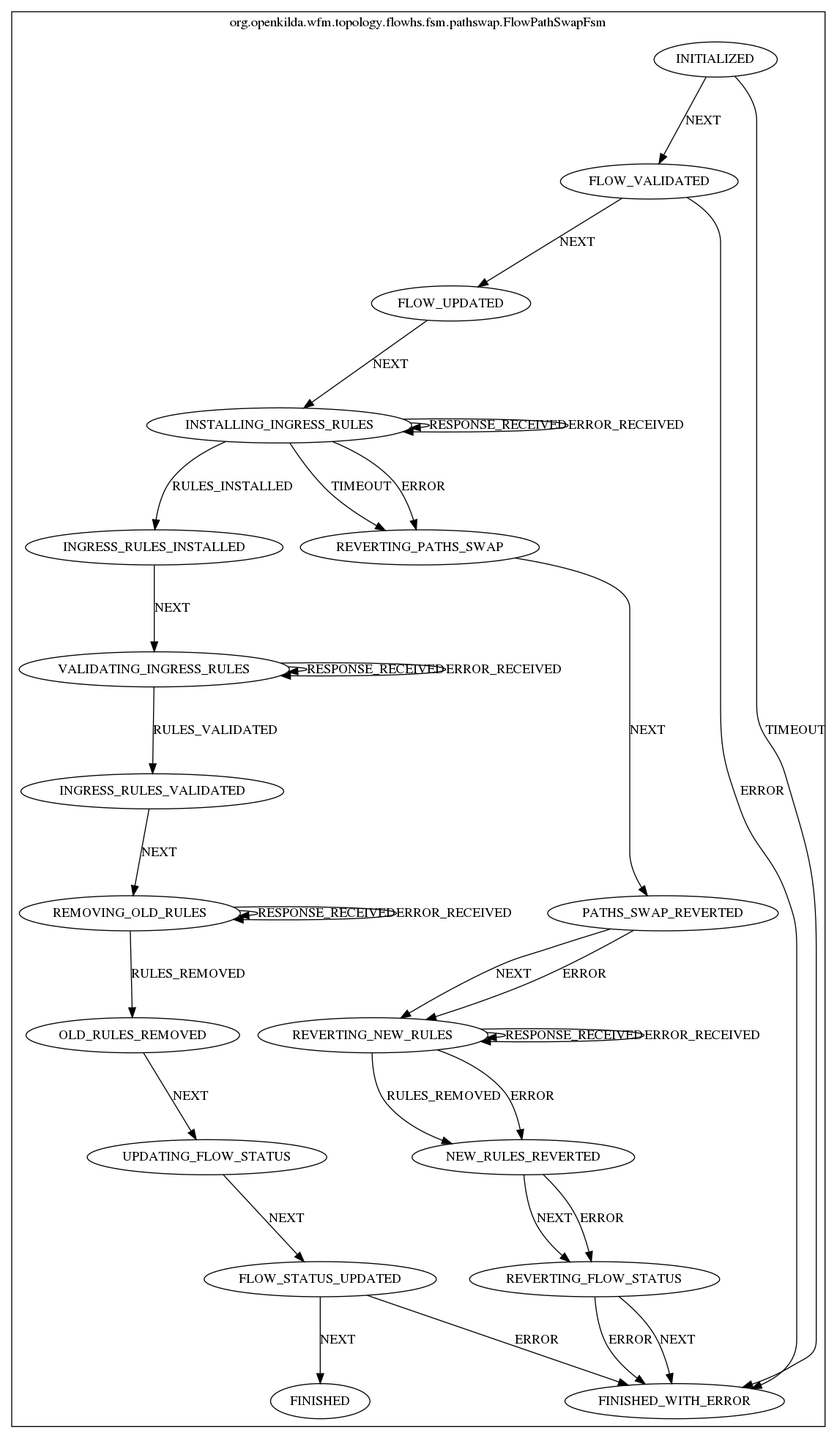
This is docs/design/hub-and-spoke/crud/pathswap/FlowPathSwap.png from telstra/open-kilda, a Graphviz export, as it was before one commit. Its source is kept beside it as docs/design/hub-and-spoke/crud/pathswap/FlowPathSwap.dot.
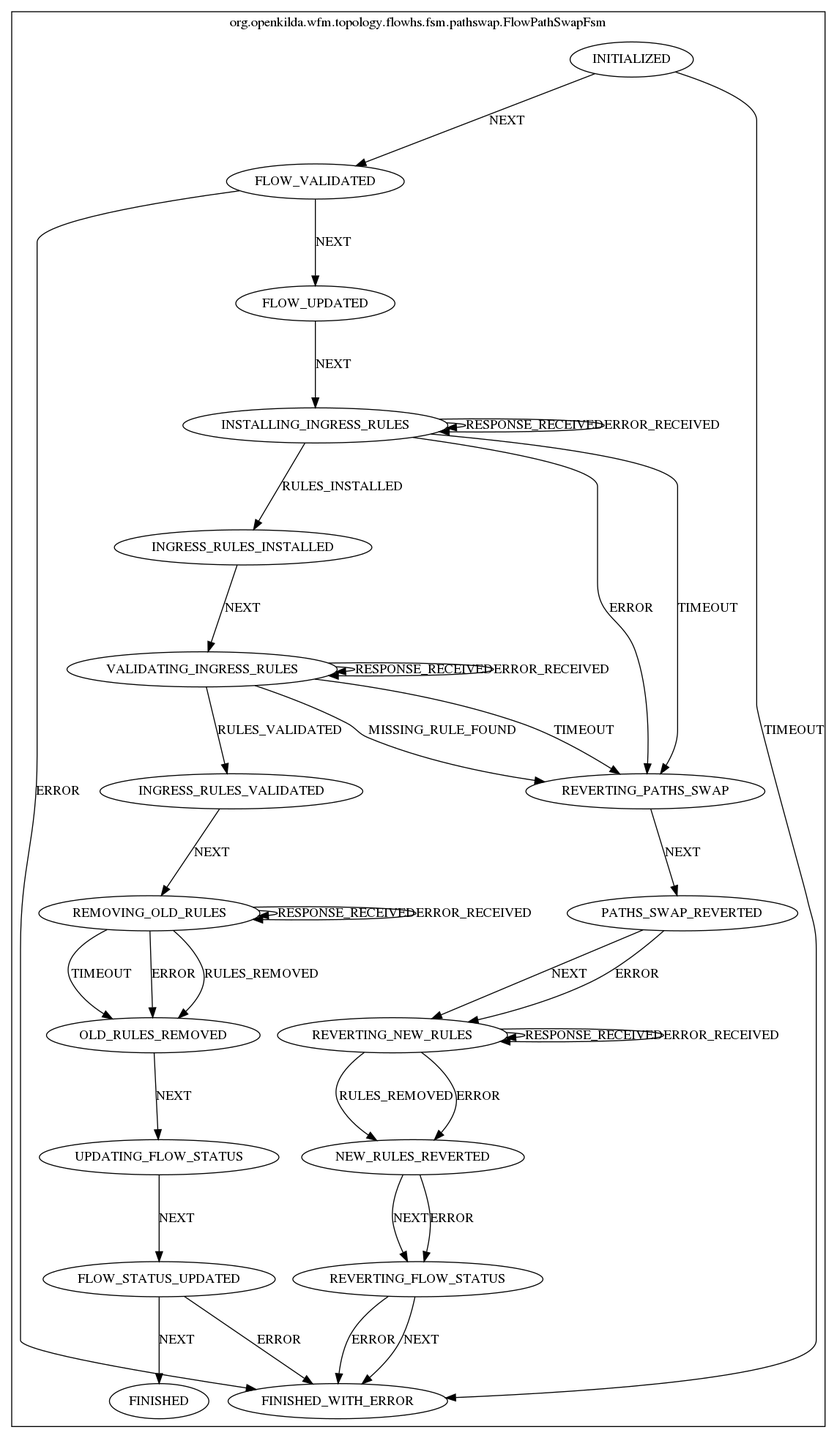
Above is the later version.

What changed in the source:
```diff
@@ -2,55 +2,59 @@
 compound=true;
 subgraph cluster_StateMachine {
 label="org.openkilda.wfm.topology.flowhs.fsm.pathswap.FlowPathSwapFsm";
-INGRESS_RULES_VALIDATED [label="INGRESS_RULES_VALIDATED"];
-UPDATING_FLOW_STATUS [label="UPDATING_FLOW_STATUS"];
+FINISHED_WITH_ERROR [label="FINISHED_WITH_ERROR"];
+VALIDATING_INGRESS_RULES [label="VALIDATING_INGRESS_RULES"];
+OLD_RULES_REMOVED [label="OLD_RULES_REMOVED"];
 INITIALIZED [label="INITIALIZED"];
-VALIDATING_INGRESS_RULES [label="VALIDATING_INGRESS_RULES"];
-FLOW_STATUS_UPDATED [label="FLOW_STATUS_UPDATED"];
-FINISHED [label="FINISHED"];
-OLD_RULES_REMOVED [label="OLD_RULES_REMOVED"];
-PATHS_SWAP_REVERTED [label="PATHS_SWAP_REVERTED"];
-INSTALLING_INGRESS_RULES [label="INSTALLING_INGRESS_RULES"];
+REVERTING_FLOW_STATUS [label="REVERTING_FLOW_STATUS"];
 INGRESS_RULES_INSTALLED [label="INGRESS_RULES_INSTALLED"];
 REVERTING_PATHS_SWAP [label="REVERTING_PATHS_SWAP"];
+NEW_RULES_REVERTED [label="NEW_RULES_REVERTED"];
+REMOVING_OLD_RULES [label="REMOVING_OLD_RULES"];
+FINISHED [label="FINISHED"];
+FLOW_UPDATED [label="FLOW_UPDATED"];
+PATHS_SWAP_REVERTED [label="PATHS_SWAP_REVERTED"];
+UPDATING_FLOW_STATUS [label="UPDATING_FLOW_STATUS"];
+FLOW_STATUS_UPDATED [label="FLOW_STATUS_UPDATED"];
 REVERTING_NEW_RULES [label="REVERTING_NEW_RULES"];
-NEW_RULES_REVERTED [label="NEW_RULES_REVERTED"];
-REVERTING_FLOW_STATUS [label="REVERTING_FLOW_STATUS"];
-REMOVING_OLD_RULES [label="REMOVING_OLD_RULES"];
+INSTALLING_INGRESS_RULES [label="INSTALLING_INGRESS_RULES"];
+INGRESS_RULES_VALIDATED [label="INGRESS_RULES_VALIDATED"];
 FLOW_VALIDATED [label="FLOW_VALIDATED"];
-FLOW_UPDATED [label="FLOW_UPDATED"];
-FINISHED_WITH_ERROR [label="FINISHED_WITH_ERROR"];
 
-INGRESS_RULES_VALIDATED -> REMOVING_OLD_RULES [ label="NEXT"];
-UPDATING_FLOW_STATUS -> FLOW_STATUS_UPDATED [ label="NEXT"];
-INITIALIZED -> FLOW_VALIDATED [ label="NEXT"];
-INITIALIZED -> FINISHED_WITH_ERROR [ label="TIMEOUT"];
 VALIDATING_INGRESS_RULES -> VALIDATING_INGRESS_RULES [ label="RESPONSE_RECEIVED"];
 VALIDATING_INGRESS_RULES -> VALIDATING_INGRESS_RULES [ label="ERROR_RECEIVED"];
 VALIDATING_INGRESS_RULES -> INGRESS_RULES_VALIDATED [ label="RULES_VALIDATED"];
+VALIDATING_INGRESS_RULES -> REVERTING_PATHS_SWAP [ label="TIMEOUT"];
+VALIDATING_INGRESS_RULES -> REVERTING_PATHS_SWAP [ label="MISSING_RULE_FOUND"];
+OLD_RULES_REMOVED -> UPDATING_FLOW_STATUS [ label="NEXT"];
+INITIALIZED -> FLOW_VALIDATED [ label="NEXT"];
+INITIALIZED -> FINISHED_WITH_ERROR [ label="TIMEOUT"];
+REVERTING_FLOW_STATUS -> FINISHED_WITH_ERROR [ label="ERROR"];
+REVERTING_FLOW_STATUS -> FINISHED_WITH_ERROR [ label="NEXT"];
+INGRESS_RULES_INSTALLED -> VALIDATING_INGRESS_RULES [ label="NEXT"];
+REVERTING_PATHS_SWAP -> PATHS_SWAP_REVERTED [ label="NEXT"];
+NEW_RULES_REVERTED -> REVERTING_FLOW_STATUS [ label="NEXT"];
+NEW_RULES_REVERTED -> REVERTING_FLOW_STATUS [ label="ERROR"];
+REMOVING_OLD_RULES -> REMOVING_OLD_RULES [ label="RESPONSE_RECEIVED"];
+REMOVING_OLD_RULES -> REMOVING_OLD_RULES [ label="ERROR_RECEIVED"];
+REMOVING_OLD_RULES -> OLD_RULES_REMOVED [ label="RULES_REMOVED"];
+REMOVING_OLD_RULES -> OLD_RULES_REMOVED [ label="TIMEOUT"];
+REMOVING_OLD_RULES -> OLD_RULES_REMOVED [ label="ERROR"];
+FLOW_UPDATED -> INSTALLING_INGRESS_RULES [ label="NEXT"];
+PATHS_SWAP_REVERTED -> REVERTING_NEW_RULES [ label="NEXT"];
+PATHS_SWAP_REVERTED -> REVERTING_NEW_RULES [ label="ERROR"];
+UPDATING_FLOW_STATUS -> FLOW_STATUS_UPDATED [ label="NEXT"];
 FLOW_STATUS_UPDATED -> FINISHED [ label="NEXT"];
 FLOW_STATUS_UPDATED -> FINISHED_WITH_ERROR [ label="ERROR"];
-OLD_RULES_REMOVED -> UPDATING_FLOW_STATUS [ label="NEXT"];
-PATHS_SWAP_REVERTED -> REVERTING_NEW_RULES [ label="NEXT"];
-PATHS_SWAP_REVERTED -> REVERTING_NEW_RULES [ label="ERROR"];
+REVERTING_NEW_RULES -> REVERTING_NEW_RULES [ label="RESPONSE_RECEIVED"];
+REVERTING_NEW_RULES -> REVERTING_NEW_RULES [ label="ERROR_RECEIVED"];
+REVERTING_NEW_RULES -> NEW_RULES_REVERTED [ label="RULES_REMOVED"];
+REVERTING_NEW_RULES -> NEW_RULES_REVERTED [ label="ERROR"];
 INSTALLING_INGRESS_RULES -> INSTALLING_INGRESS_RULES [ label="RESPONSE_RECEIVED"];
 INSTALLING_INGRESS_RULES -> INSTALLING_INGRESS_RULES [ label="ERROR_RECEIVED"];
 INSTALLING_INGRESS_RULES -> REVERTING_PATHS_SWAP [ label="TIMEOUT"];
 INSTALLING_INGRESS_RULES -> REVERTING_PATHS_SWAP [ label="ERROR"];
 INSTALLING_INGRESS_RULES -> INGRESS_RULES_INSTALLED [ label="RULES_INSTALLED"];
-INGRESS_RULES_INSTALLED -> VALIDATING_INGRESS_RULES [ label="NEXT"];
-REVERTING_PATHS_SWAP -> PATHS_SWAP_REVERTED [ label="NEXT"];
-REVERTING_NEW_RULES -> REVERTING_NEW_RULES [ label="RESPONSE_RECEIVED"];
-REVERTING_NEW_RULES -> REVERTING_NEW_RULES [ label="ERROR_RECEIVED"];
-REVERTING_NEW_RULES -> NEW_RULES_REVERTED [ label="RULES_REMOVED"];
-REVERTING_NEW_RULES -> NEW_RULES_REVERTED [ label="ERROR"];
-NEW_RULES_REVERTED -> REVERTING_FLOW_STATUS [ label="NEXT"];
-NEW_RULES_REVERTED -> REVERTING_FLOW_STATUS [ label="ERROR"];
-REVERTING_FLOW_STATUS -> FINISHED_WITH_ERROR [ label="ERROR"];
-REVERTING_FLOW_STATUS -> FINISHED_WITH_ERROR [ label="NEXT"];
-REMOVING_OLD_RULES -> REMOVING_OLD_RULES [ label="RESPONSE_RECEIVED"];
-REMOVING_OLD_RULES -> REMOVING_OLD_RULES [ label="ERROR_RECEIVED"];
-REMOVING_OLD_RULES -> OLD_RULES_REMOVED [ label="RULES_REMOVED"];
+INGRESS_RULES_VALIDATED -> REMOVING_OLD_RULES [ label="NEXT"];
 FLOW_VALIDATED -> FINISHED_WITH_ERROR [ label="ERROR"];
-FLOW_VALIDATED -> FLOW_UPDATED [ label="NEXT"];
-FLOW_UPDATED -> INSTALLING_INGRESS_RULES [ label="NEXT"];}}
+FLOW_VALIDATED -> FLOW_UPDATED [ label="NEXT"];}}
```
